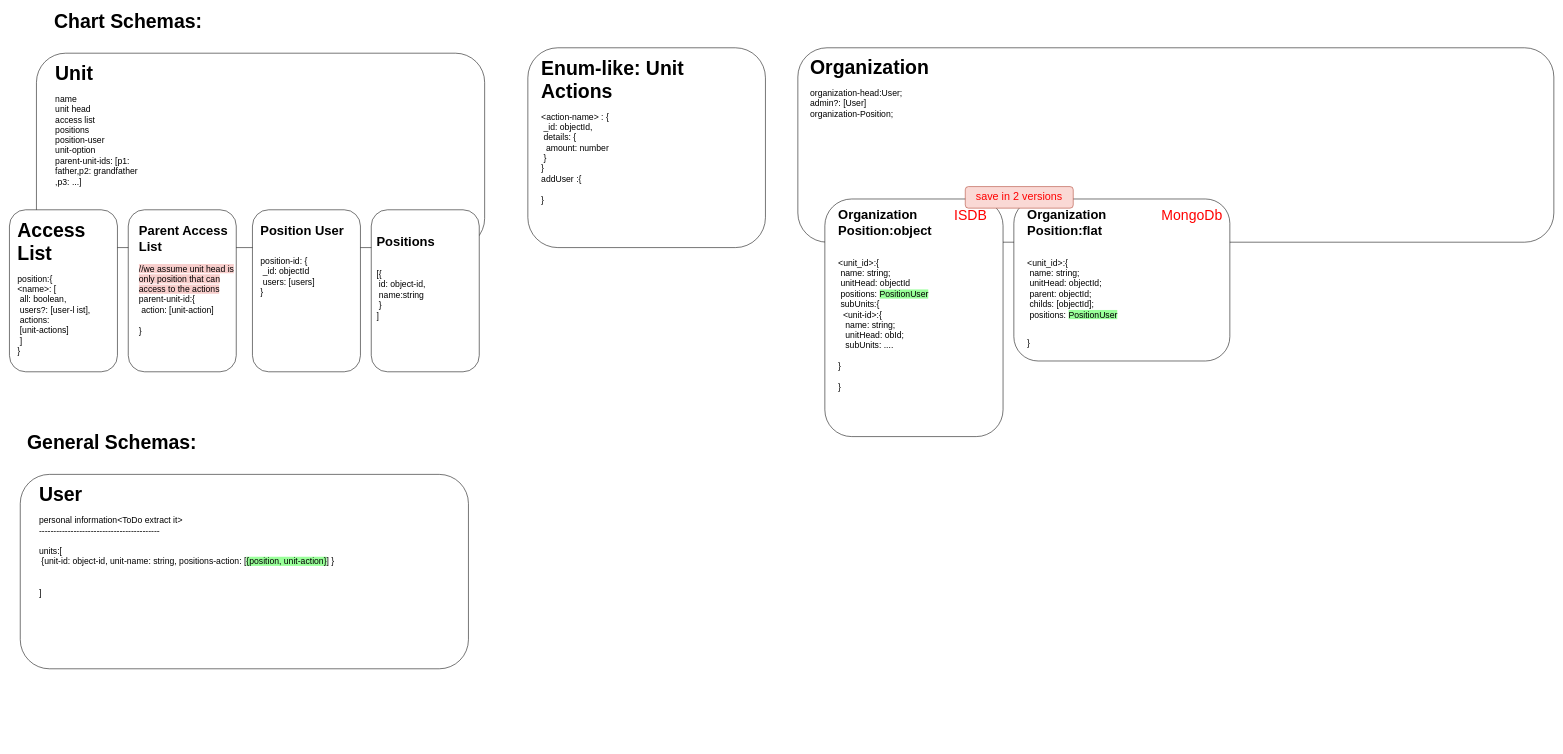
This is page "schema" (2 of 3) of Untitled Diagram.drawio from etefaghian/barg, a draw.io file, before an edit. Source tidied: cells renumbered, new cells numbered last; positions are measured from the earlier drawing's top-left corner, leaving out a move shared by most shapes. Both pictures are drawn from the tidied source at 54%, with x=0, y=0 at pixel (9, 15).
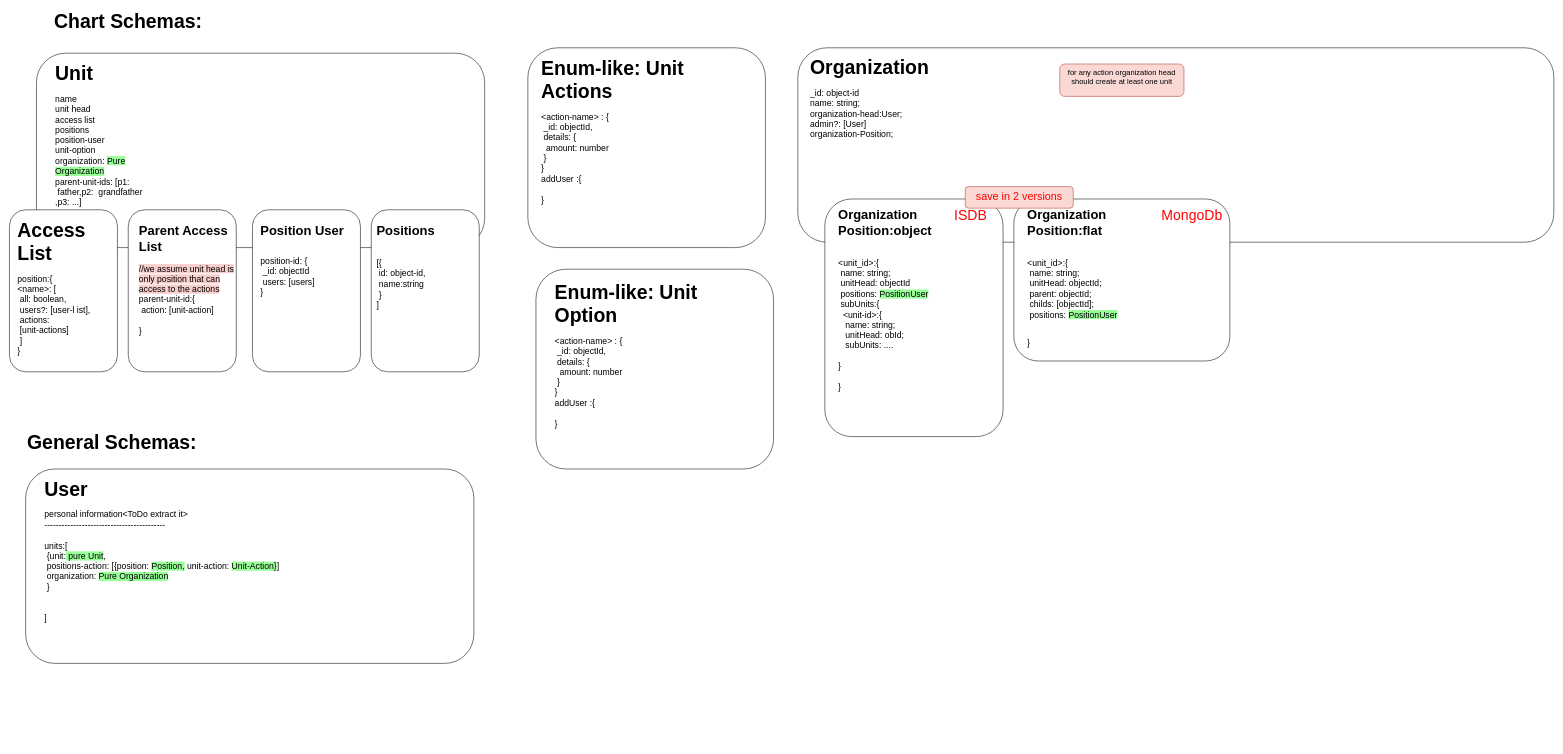
The same diagram, later.

What changed in the source:
```diff
@@
-    <mxCell id="3" value="&lt;h1&gt;&lt;font style=&quot;font-size: 36px&quot;&gt;Unit&lt;/font&gt;&lt;/h1&gt;&lt;div&gt;&lt;font size=&quot;3&quot;&gt;name&lt;/font&gt;&lt;/div&gt;&lt;div&gt;&lt;font size=&quot;3&quot;&gt;unit head&lt;/font&gt;&lt;/div&gt;&lt;div&gt;&lt;font size=&quot;3&quot;&gt;access list&lt;/font&gt;&lt;/div&gt;&lt;div&gt;&lt;span style=&quot;font-size: medium&quot;&gt;positions&lt;/span&gt;&lt;br&gt;&lt;/div&gt;&lt;div&gt;&lt;font size=&quot;3&quot;&gt;position-user&lt;/font&gt;&lt;/div&gt;&lt;div&gt;&lt;font size=&quot;3&quot;&gt;unit-option&lt;/font&gt;&lt;/div&gt;&lt;div&gt;&lt;font size=&quot;3&quot;&gt;parent-unit-ids: [p1: father,p2: grandfather ,p3: ...]&lt;/font&gt;&lt;/div&gt;" style="text;html=1;strokeColor=none;fillColor=none;spacing=5;spacingTop=-20;whiteSpace=wrap;overflow=hidden;rounded=0;" parent="1" vertex="1">
+    <mxCell id="3" value="&lt;h1&gt;&lt;font style=&quot;font-size: 36px&quot;&gt;Unit&lt;/font&gt;&lt;/h1&gt;&lt;div&gt;&lt;font size=&quot;3&quot;&gt;name&lt;/font&gt;&lt;/div&gt;&lt;div&gt;&lt;font size=&quot;3&quot;&gt;unit head&lt;/font&gt;&lt;/div&gt;&lt;div&gt;&lt;font size=&quot;3&quot;&gt;access list&lt;/font&gt;&lt;/div&gt;&lt;div&gt;&lt;span style=&quot;font-size: medium&quot;&gt;positions&lt;/span&gt;&lt;br&gt;&lt;/div&gt;&lt;div&gt;&lt;font size=&quot;3&quot;&gt;position-user&lt;/font&gt;&lt;/div&gt;&lt;div&gt;&lt;font size=&quot;3&quot;&gt;unit-option&lt;/font&gt;&lt;/div&gt;&lt;div&gt;&lt;font size=&quot;3&quot;&gt;organization: &lt;span style=&quot;background-color: rgb(153 , 255 , 153)&quot;&gt;Pure Organization&lt;/span&gt;&lt;/font&gt;&lt;/div&gt;&lt;div&gt;&lt;font size=&quot;3&quot;&gt;parent-unit-ids: [p1: &lt;span style=&quot;white-space: pre&quot;&gt; &lt;/span&gt;father,p2: &lt;span style=&quot;white-space: pre&quot;&gt; &lt;/span&gt;grandfather ,p3: ...]&lt;/font&gt;&lt;/div&gt;" style="text;html=1;strokeColor=none;fillColor=none;spacing=5;spacingTop=-20;whiteSpace=wrap;overflow=hidden;rounded=0;" parent="1" vertex="1">
       <mxGeometry x="80" y="80" width="190" height="490" as="geometry" />
     </mxCell>
@@
-    <mxCell id="14" value="&lt;h1&gt;&lt;span style=&quot;font-size: 36px&quot;&gt;Organization&amp;nbsp;&lt;/span&gt;&lt;/h1&gt;&lt;div&gt;&lt;span style=&quot;font-size: medium&quot;&gt;organization-head:User;&lt;/span&gt;&lt;br&gt;&lt;/div&gt;&lt;div&gt;&lt;span style=&quot;font-size: medium&quot;&gt;admin?: [User]&lt;/span&gt;&lt;/div&gt;&lt;font size=&quot;3&quot;&gt;organization-Position;&lt;/font&gt;&lt;span style=&quot;font-size: medium&quot;&gt;&lt;br&gt;&lt;/span&gt;&lt;font size=&quot;3&quot;&gt;&lt;br&gt;&lt;/font&gt;&lt;div&gt;&lt;font size=&quot;3&quot;&gt;&lt;br&gt;&lt;/font&gt;&lt;/div&gt;" style="text;html=1;strokeColor=none;fillColor=none;spacing=5;spacingTop=-20;whiteSpace=wrap;overflow=hidden;rounded=0;" parent="1" vertex="1">
+    <mxCell id="14" value="&lt;h1&gt;&lt;span style=&quot;font-size: 36px&quot;&gt;Organization&amp;nbsp;&lt;/span&gt;&lt;/h1&gt;&lt;div&gt;&lt;span style=&quot;font-size: medium&quot;&gt;_id: object-id&lt;/span&gt;&lt;/div&gt;&lt;div&gt;&lt;span style=&quot;font-size: medium&quot;&gt;name: string;&lt;/span&gt;&lt;/div&gt;&lt;div&gt;&lt;span style=&quot;font-size: medium&quot;&gt;organization-head:User;&lt;/span&gt;&lt;br&gt;&lt;/div&gt;&lt;div&gt;&lt;span style=&quot;font-size: medium&quot;&gt;admin?: [User]&lt;/span&gt;&lt;/div&gt;&lt;font size=&quot;3&quot;&gt;organization-Position;&lt;/font&gt;&lt;span style=&quot;font-size: medium&quot;&gt;&lt;br&gt;&lt;/span&gt;&lt;font size=&quot;3&quot;&gt;&lt;br&gt;&lt;/font&gt;&lt;div&gt;&lt;font size=&quot;3&quot;&gt;&lt;br&gt;&lt;/font&gt;&lt;/div&gt;" style="text;html=1;strokeColor=none;fillColor=none;spacing=5;spacingTop=-20;whiteSpace=wrap;overflow=hidden;rounded=0;" parent="1" vertex="1">
       <mxGeometry x="1478" y="69" width="310" height="490" as="geometry" />
     </mxCell>
@@
     <mxCell id="16" value="&lt;h1&gt;Positions&lt;/h1&gt;&lt;div&gt;&lt;span style=&quot;font-size: medium&quot;&gt;&lt;br&gt;&lt;/span&gt;&lt;/div&gt;&lt;div&gt;&lt;span style=&quot;font-size: medium&quot;&gt;[{&lt;/span&gt;&lt;/div&gt;&lt;div&gt;&lt;span style=&quot;font-size: medium&quot;&gt;&lt;span style=&quot;white-space: pre&quot;&gt; &lt;/span&gt;id: object-id, &lt;span style=&quot;white-space: pre&quot;&gt; &lt;/span&gt;name:string&lt;/span&gt;&lt;/div&gt;&lt;div&gt;&lt;span style=&quot;font-size: medium&quot;&gt;&lt;span style=&quot;white-space: pre&quot;&gt; &lt;/span&gt;}&lt;/span&gt;&lt;/div&gt;&lt;div&gt;&lt;span style=&quot;font-size: medium&quot;&gt;]&lt;/span&gt;&lt;br&gt;&lt;/div&gt;&lt;div&gt;&lt;font size=&quot;3&quot;&gt;&lt;br&gt;&lt;/font&gt;&lt;/div&gt;&lt;div&gt;&lt;font size=&quot;3&quot;&gt;&lt;br&gt;&lt;/font&gt;&lt;/div&gt;&lt;div&gt;&lt;br&gt;&lt;/div&gt;" style="text;html=1;strokeColor=none;fillColor=none;spacing=5;spacingTop=-20;whiteSpace=wrap;overflow=hidden;rounded=0;" parent="1" vertex="1">
-      <mxGeometry x="675" y="400" width="190" height="490" as="geometry" />
+      <mxGeometry x="675" y="380" width="190" height="490" as="geometry" />
     </mxCell>
@@
     <mxCell id="25" style="rounded=1;whiteSpace=wrap;html=1;fillColor=#FFFFFF;" parent="1" vertex="1">
-      <mxGeometry x="20" y="850" width="830" height="360" as="geometry" />
+      <mxGeometry x="30" y="840" width="830" height="360" as="geometry" />
     </mxCell>
-    <mxCell id="26" value="&lt;h1&gt;&lt;font style=&quot;font-size: 36px&quot;&gt;User&lt;/font&gt;&lt;/h1&gt;&lt;div&gt;&lt;font size=&quot;3&quot;&gt;personal information&amp;lt;ToDo extract it&amp;gt;&lt;/font&gt;&lt;/div&gt;&lt;div&gt;&lt;font size=&quot;3&quot;&gt;------------------------------------------&lt;/font&gt;&lt;/div&gt;&lt;div&gt;&lt;font size=&quot;3&quot;&gt;&lt;br&gt;&lt;/font&gt;&lt;/div&gt;&lt;div&gt;&lt;font size=&quot;3&quot;&gt;units:[&lt;/font&gt;&lt;/div&gt;&lt;div&gt;&lt;font size=&quot;3&quot;&gt;&lt;span style=&quot;white-space: pre&quot;&gt; &lt;/span&gt;{unit-id: object-id, unit-name: string, positions-action: [&lt;span style=&quot;background-color: rgb(153 , 255 , 153)&quot;&gt;{position, unit-action}&lt;/span&gt;] }&lt;br&gt;&lt;/font&gt;&lt;/div&gt;&lt;div&gt;&lt;font size=&quot;3&quot;&gt;&lt;br&gt;&lt;/font&gt;&lt;/div&gt;&lt;div&gt;&lt;font size=&quot;3&quot;&gt;&lt;br&gt;&lt;/font&gt;&lt;/div&gt;&lt;div&gt;&lt;font size=&quot;3&quot;&gt;]&amp;nbsp;&lt;/font&gt;&lt;/div&gt;&lt;div&gt;&lt;font size=&quot;3&quot;&gt;&lt;br&gt;&lt;/font&gt;&lt;/div&gt;&lt;div&gt;&lt;font size=&quot;3&quot;&gt;&lt;br&gt;&lt;/font&gt;&lt;/div&gt;" style="text;html=1;strokeColor=none;fillColor=none;spacing=5;spacingTop=-20;whiteSpace=wrap;overflow=hidden;rounded=0;" parent="1" vertex="1">
-      <mxGeometry x="50" y="860" width="630" height="490" as="geometry" />
+    <mxCell id="26" value="&lt;h1&gt;&lt;font style=&quot;font-size: 36px&quot;&gt;User&lt;/font&gt;&lt;/h1&gt;&lt;div&gt;&lt;font size=&quot;3&quot;&gt;personal information&amp;lt;ToDo extract it&amp;gt;&lt;/font&gt;&lt;/div&gt;&lt;div&gt;&lt;font size=&quot;3&quot;&gt;------------------------------------------&lt;/font&gt;&lt;/div&gt;&lt;div&gt;&lt;font size=&quot;3&quot;&gt;&lt;br&gt;&lt;/font&gt;&lt;/div&gt;&lt;div&gt;&lt;font size=&quot;3&quot;&gt;units:[&lt;/font&gt;&lt;/div&gt;&lt;div&gt;&lt;font size=&quot;3&quot;&gt;&lt;span style=&quot;white-space: pre&quot;&gt; &lt;/span&gt;{unit:&lt;span style=&quot;background-color: rgb(153 , 255 , 153)&quot;&gt; pure Unit&lt;/span&gt;,&amp;nbsp;&lt;/font&gt;&lt;/div&gt;&lt;div&gt;&lt;font size=&quot;3&quot;&gt;&lt;span style=&quot;white-space: pre&quot;&gt; &lt;/span&gt;positions-action: [{position: &lt;span style=&quot;background-color: rgb(153 , 255 , 153)&quot;&gt;Position,&lt;/span&gt; unit-action: &lt;span style=&quot;background-color: rgb(153 , 255 , 153)&quot;&gt;Unit-Action}&lt;/span&gt;]&lt;/font&gt;&lt;/div&gt;&lt;div&gt;&lt;font size=&quot;3&quot;&gt;&lt;span style=&quot;white-space: pre&quot;&gt; &lt;/span&gt;organization: &lt;span style=&quot;background-color: rgb(153 , 255 , 153)&quot;&gt;Pure Organization&lt;/span&gt;&lt;br&gt;&lt;/font&gt;&lt;/div&gt;&lt;div&gt;&lt;font size=&quot;3&quot;&gt;&amp;nbsp;}&lt;br&gt;&lt;/font&gt;&lt;/div&gt;&lt;div&gt;&lt;font size=&quot;3&quot;&gt;&lt;br&gt;&lt;/font&gt;&lt;/div&gt;&lt;div&gt;&lt;font size=&quot;3&quot;&gt;&lt;br&gt;&lt;/font&gt;&lt;/div&gt;&lt;div&gt;&lt;font size=&quot;3&quot;&gt;]&amp;nbsp;&lt;/font&gt;&lt;/div&gt;&lt;div&gt;&lt;font size=&quot;3&quot;&gt;&lt;br&gt;&lt;/font&gt;&lt;/div&gt;&lt;div&gt;&lt;font size=&quot;3&quot;&gt;&lt;br&gt;&lt;/font&gt;&lt;/div&gt;" style="text;html=1;strokeColor=none;fillColor=none;spacing=5;spacingTop=-20;whiteSpace=wrap;overflow=hidden;rounded=0;" parent="1" vertex="1">
+      <mxGeometry x="60" y="850" width="630" height="490" as="geometry" />
     </mxCell>
+    <mxCell id="27" value="&lt;font style=&quot;font-size: 14px&quot;&gt;for any action organization head should create at least one unit&lt;/font&gt;" style="rounded=1;whiteSpace=wrap;html=1;fillColor=#fad9d5;verticalAlign=top;strokeColor=#ae4132;" parent="1" vertex="1">
+      <mxGeometry x="1945" y="90" width="230" height="60" as="geometry" />
+    </mxCell>
+    <mxCell id="28" style="rounded=1;whiteSpace=wrap;html=1;fillColor=#FFFFFF;" parent="1" vertex="1">
+      <mxGeometry x="975" y="470" width="440" height="370" as="geometry" />
+    </mxCell>
+    <mxCell id="29" value="&lt;h1&gt;&lt;font style=&quot;font-size: 36px&quot;&gt;Enum-like: Unit Option&lt;/font&gt;&lt;/h1&gt;&lt;div&gt;&lt;font size=&quot;3&quot;&gt;&amp;lt;action-name&amp;gt; : {&lt;/font&gt;&lt;/div&gt;&lt;div&gt;&lt;font size=&quot;3&quot;&gt;&lt;span style=&quot;white-space: pre&quot;&gt; &lt;/span&gt;_id: objectId,&lt;/font&gt;&lt;/div&gt;&lt;div&gt;&lt;font size=&quot;3&quot;&gt;&lt;span style=&quot;white-space: pre&quot;&gt; &lt;/span&gt;details: {&lt;br&gt;&lt;/font&gt;&lt;/div&gt;&lt;div&gt;&lt;font size=&quot;3&quot;&gt;&lt;span style=&quot;white-space: pre&quot;&gt; &lt;span style=&quot;white-space: pre&quot;&gt; &lt;/span&gt;&lt;/span&gt;amount: number&lt;br&gt;&lt;/font&gt;&lt;/div&gt;&lt;div&gt;&lt;font size=&quot;3&quot;&gt;&lt;span style=&quot;white-space: pre&quot;&gt; &lt;/span&gt;}&lt;br&gt;&lt;/font&gt;&lt;/div&gt;&lt;div&gt;&lt;font size=&quot;3&quot;&gt;}&lt;/font&gt;&lt;/div&gt;&lt;div&gt;&lt;font size=&quot;3&quot;&gt;addUser :{&lt;/font&gt;&lt;/div&gt;&lt;div&gt;&lt;font size=&quot;3&quot;&gt;&lt;br&gt;&lt;/font&gt;&lt;/div&gt;&lt;div&gt;&lt;font size=&quot;3&quot;&gt;}&lt;/font&gt;&lt;/div&gt;&lt;div&gt;&lt;font size=&quot;3&quot;&gt;&lt;br&gt;&lt;/font&gt;&lt;/div&gt;" style="text;html=1;strokeColor=none;fillColor=none;spacing=5;spacingTop=-20;whiteSpace=wrap;overflow=hidden;rounded=0;" parent="1" vertex="1">
+      <mxGeometry x="1005" y="485" width="310" height="490" as="geometry" />
+    </mxCell>
```
